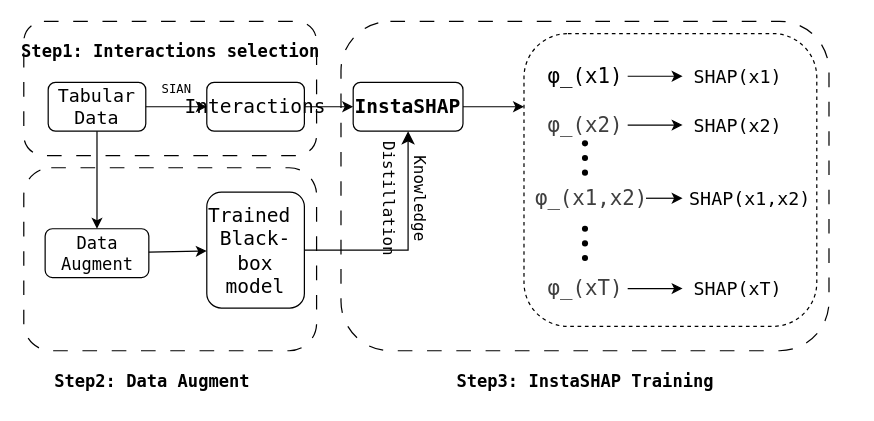
This is others/flowchart copy.drawio from yuysky/InstaSHAP_implement, a draw.io file, before an edit. Source tidied: cells renumbered, new cells numbered last; positions are measured from the earlier drawing's top-left corner, leaving out a move shared by most shapes. Both pictures are drawn from the tidied source at 122%, with x=0, y=0 at pixel (23, 21).
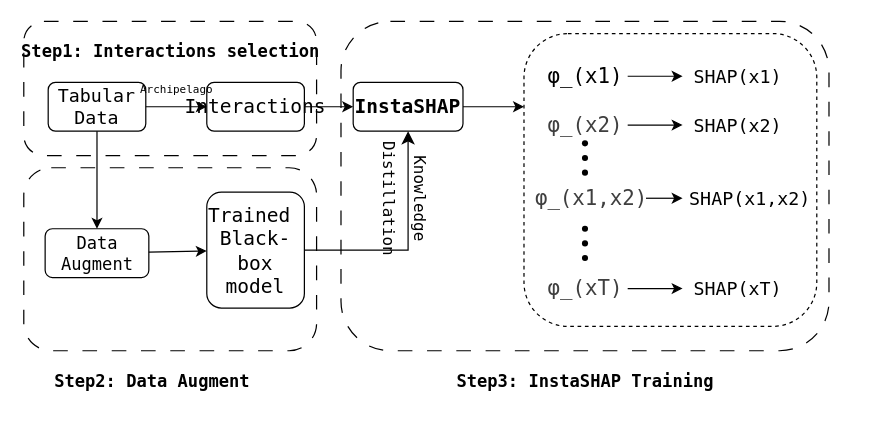
The same diagram, later.

Change to the diagram source:
```diff
@@
-    <mxCell id="10" value="&lt;font style=&quot;font-size: 10px;&quot; face=&quot;Lucida Console&quot;&gt;SIAN&lt;/font&gt;" style="text;html=1;align=center;verticalAlign=middle;strokeColor=none;fillColor=none;" parent="1" vertex="1">
-      <mxGeometry x="100" y="40" width="50" height="30" as="geometry" />
+    <mxCell id="10" value="&lt;font style=&quot;font-size: 9px;&quot; face=&quot;Lucida Console&quot;&gt;Archipelago&lt;/font&gt;" style="text;html=1;align=center;verticalAlign=middle;strokeColor=none;fillColor=none;" parent="1" vertex="1">
+      <mxGeometry x="94" y="42" width="62" height="26" as="geometry" />
     </mxCell>
```
